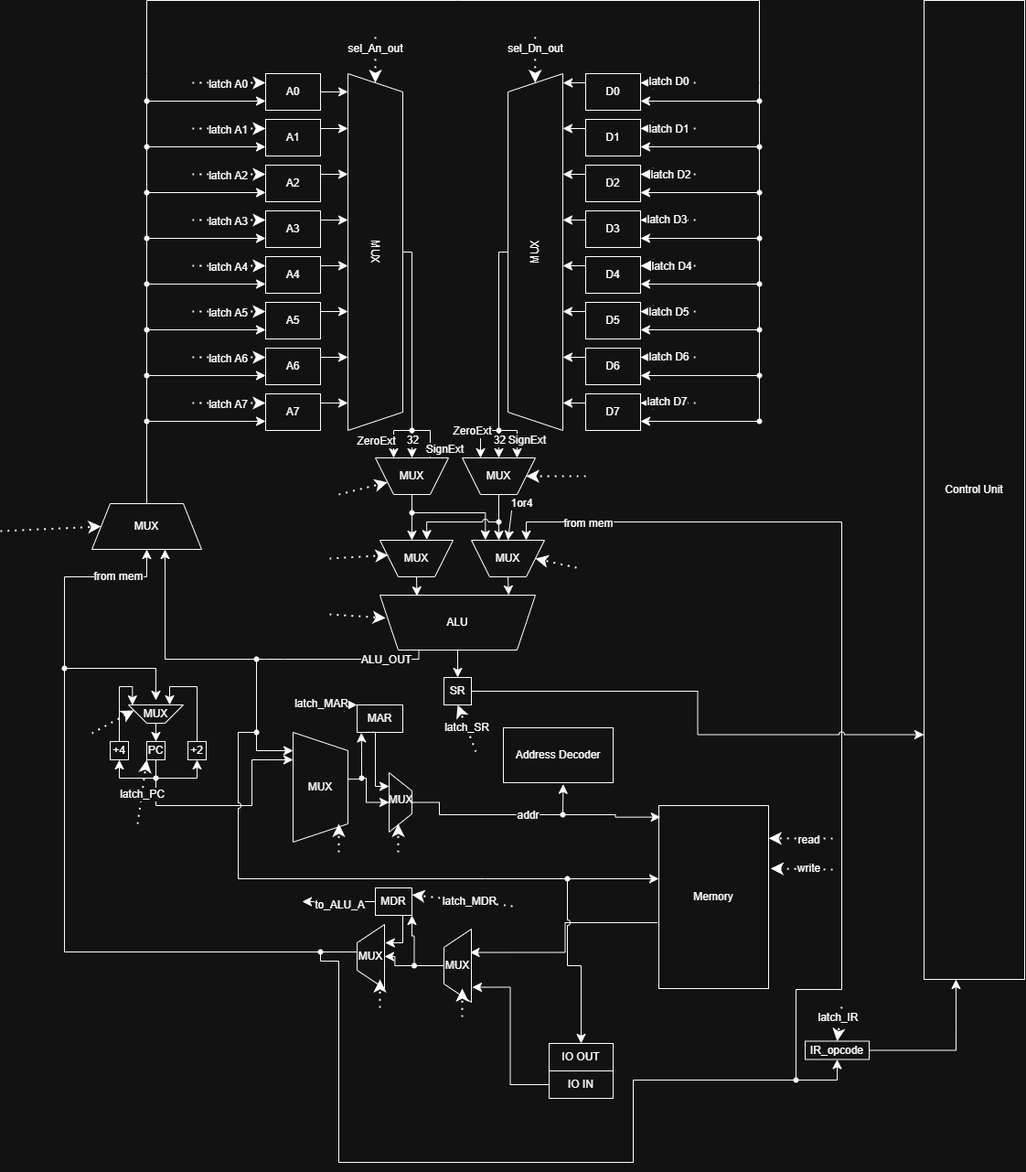
This is m68k.drawio.png from InfernumVII/lab3_m68k_scheme, a draw.io export, as it was before one commit. Source tidied: cells renumbered, new cells last; positions are measured from the earlier drawing's top-left corner, leaving out a move shared by most shapes.
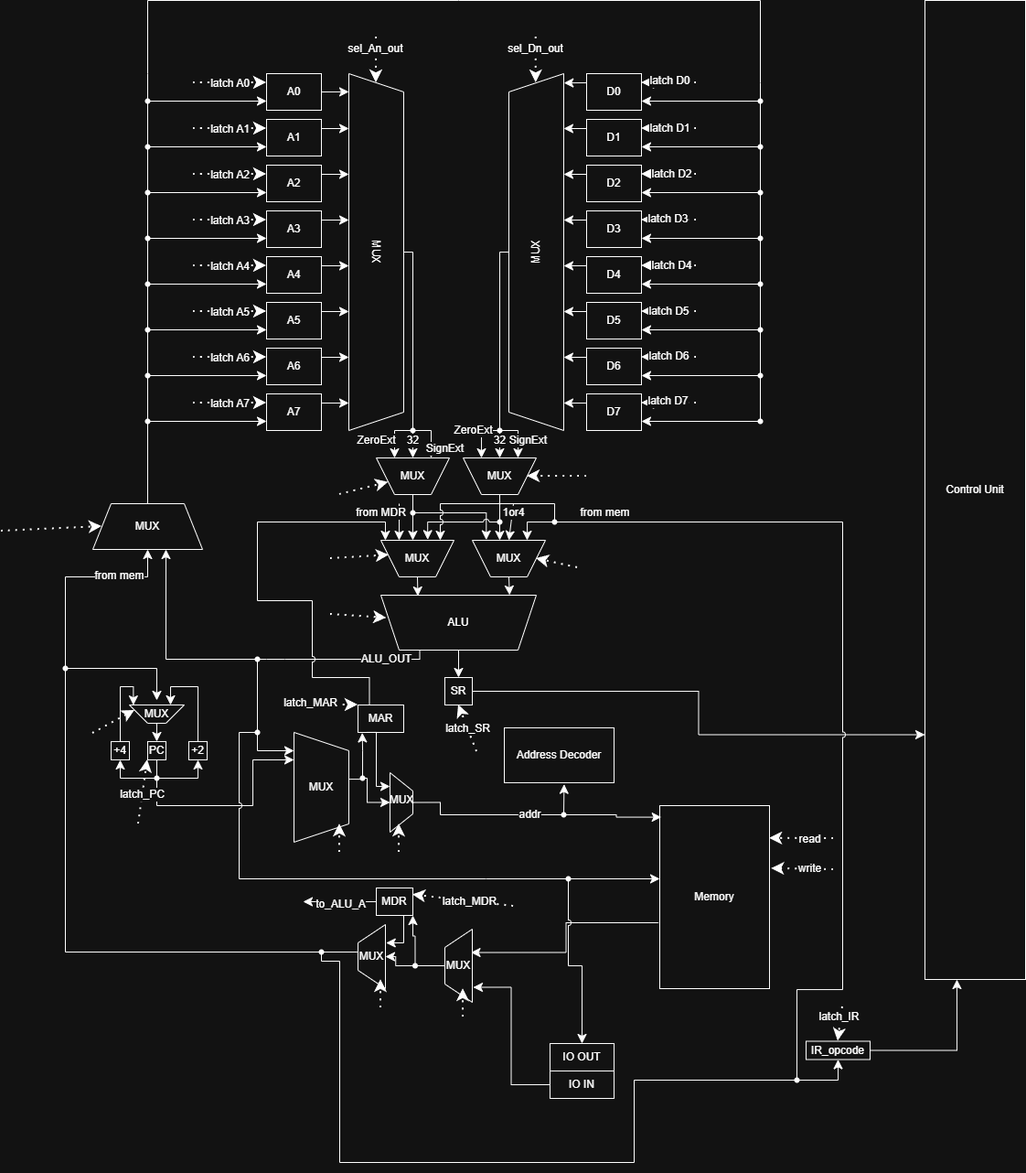
Later version of the same file.

What changed in the source:
```diff
@@ -712,7 +712,7 @@
         <mxPoint x="545" y="590" as="targetPoint" />
       </mxGeometry>
     </mxCell>
-    <mxCell id="173" style="endArrow=none;html=1;rounded=0;fontSize=12;startSize=8;endSize=8;curved=1;exitX=0.5;exitY=0;exitDx=0;exitDy=0;entryDx=0;entryDy=0;entryPerimeter=0;endFill=0;entryX=0.7;entryY=0.475;" parent="1" edge="1" target="174">
+    <mxCell id="173" style="endArrow=none;html=1;rounded=0;fontSize=12;startSize=8;endSize=8;exitX=0.5;exitY=0;exitDx=0;exitDy=0;entryDx=0;entryDy=0;entryPerimeter=0;endFill=0;entryX=0.7;entryY=0.475;edgeStyle=orthogonalEdgeStyle;jumpStyle=arc;" parent="1" edge="1" target="174">
       <mxGeometry relative="1" as="geometry">
         <mxPoint x="545" y="540" as="sourcePoint" />
       </mxGeometry>
@@ -849,18 +849,17 @@
     <mxCell id="202" style="shape=waypoint;sketch=0;fillStyle=solid;size=6;points=[];fillColor=none;perimeter=centerPerimeter;snapToPoint=1;" parent="1" vertex="1">
       <mxGeometry x="860" y="1170" width="20" height="20" as="geometry" />
     </mxCell>
-    <mxCell id="203" style="endArrow=classic;html=1;rounded=0;fontSize=12;startSize=8;endSize=8;exitX=0.59;exitY=0.34;exitDx=0;exitDy=0;exitPerimeter=0;edgeStyle=orthogonalEdgeStyle;jumpStyle=arc;entryX=0.25;entryY=1;entryDx=0;entryDy=0;" parent="1" edge="1" source="202" target="160">
+    <mxCell id="203" style="endArrow=classic;html=1;rounded=0;fontSize=12;startSize=8;endSize=8;exitDx=0;exitDy=0;exitPerimeter=0;edgeStyle=orthogonalEdgeStyle;jumpStyle=arc;entryX=0.25;entryY=1;entryDx=0;entryDy=0;" parent="1" edge="1" source="253" target="160">
       <mxGeometry relative="1" as="geometry">
         <Array as="points">
-          <mxPoint x="870" y="1081" />
-          <mxPoint x="920" y="1081" />
-          <mxPoint x="920" y="570" />
           <mxPoint x="575" y="570" />
         </Array>
       </mxGeometry>
     </mxCell>
     <mxCell id="204" value="from mem" style="edgeLabel;html=1;align=center;verticalAlign=middle;fontSize=12;" parent="203" vertex="1">
-      <mxGeometry x="0.83" y="1" relative="1" as="geometry" />
+      <mxGeometry x="0.83" y="1" relative="1" as="geometry">
+        <mxPoint x="84" y="-26" as="offset" />
+      </mxGeometry>
     </mxCell>
     <mxCell id="205" style="endArrow=classic;html=1;rounded=0;fontSize=12;startSize=8;endSize=8;exitX=1;exitY=0.5;exitDx=0;exitDy=0;entryX=0;entryY=0.75;entryDx=0;entryDy=0;edgeStyle=orthogonalEdgeStyle;jumpStyle=arc;" parent="1" edge="1" source="22" target="19">
       <mxGeometry relative="1" as="geometry" />
@@ -983,7 +982,7 @@
     </mxCell>
     <mxCell id="233" value="1or4" style="edgeLabel;html=1;align=center;verticalAlign=middle;fontSize=12;" parent="232" vertex="1">
       <mxGeometry x="-0.41" y="-1" relative="1" as="geometry">
-        <mxPoint x="12" y="-12" as="offset" />
+        <mxPoint x="2" y="-2" as="offset" />
       </mxGeometry>
     </mxCell>
     <mxCell id="234" style="endArrow=classic;dashed=1;html=1;dashPattern=1 3;strokeWidth=2;rounded=0;fontSize=12;startSize=8;endSize=8;curved=1;endFill=1;" parent="1" edge="1">
@@ -1012,7 +1011,7 @@
     </mxCell>
     <mxCell id="238" style="endArrow=classic;dashed=1;html=1;dashPattern=1 3;strokeWidth=2;rounded=0;fontSize=12;startSize=8;endSize=8;curved=1;endFill=1;entryX=0;entryY=0;entryDx=0;entryDy=0;" parent="1" edge="1" target="206">
       <mxGeometry relative="1" as="geometry">
-        <mxPoint x="330" y="770" as="sourcePoint" />
+        <mxPoint x="310" y="770" as="sourcePoint" />
       </mxGeometry>
     </mxCell>
     <mxCell id="239" value="latch_MAR" style="edgeLabel;html=1;align=center;verticalAlign=middle;fontSize=12;" parent="238" vertex="1">
@@ -1069,5 +1068,47 @@
     <mxCell id="250" value="latch_SR" style="edgeLabel;html=1;align=center;verticalAlign=middle;fontSize=12;" parent="249" vertex="1">
       <mxGeometry x="0.02" relative="1" as="geometry" />
     </mxCell>
+    <mxCell id="251" style="endArrow=classic;html=1;rounded=0;fontSize=12;startSize=8;endSize=8;exitX=0.25;exitY=0;exitDx=0;exitDy=0;edgeStyle=orthogonalEdgeStyle;jumpStyle=arc;entryX=0.938;entryY=1;entryDx=0;entryDy=0;entryPerimeter=0;" parent="1" edge="1" source="206" target="157">
+      <mxGeometry relative="1" as="geometry">
+        <Array as="points">
+          <mxPoint x="403" y="740" />
+          <mxPoint x="340" y="740" />
+          <mxPoint x="340" y="656" />
+          <mxPoint x="280" y="656" />
+          <mxPoint x="280" y="570" />
+          <mxPoint x="420" y="570" />
+        </Array>
+      </mxGeometry>
+    </mxCell>
+    <mxCell id="252" style="endArrow=none;html=1;rounded=0;fontSize=12;startSize=8;endSize=8;exitX=0.59;exitY=0.34;exitDx=0;exitDy=0;exitPerimeter=0;edgeStyle=orthogonalEdgeStyle;jumpStyle=arc;entryDx=0;entryDy=0;endFill=0;" parent="1" edge="1" source="202" target="253">
+      <mxGeometry relative="1" as="geometry">
+        <Array as="points">
+          <mxPoint x="870" y="1081" />
+          <mxPoint x="920" y="1081" />
+          <mxPoint x="920" y="570" />
+        </Array>
+      </mxGeometry>
+    </mxCell>
+    <mxCell id="253" style="shape=waypoint;sketch=0;fillStyle=solid;size=6;points=[];fillColor=none;perimeter=centerPerimeter;snapToPoint=1;" parent="1" vertex="1">
+      <mxGeometry x="595" y="560" width="20" height="20" as="geometry" />
+    </mxCell>
+    <mxCell id="254" style="endArrow=classic;html=1;rounded=0;fontSize=12;startSize=8;endSize=8;edgeStyle=orthogonalEdgeStyle;entryX=0.188;entryY=1;entryDx=0;entryDy=0;entryPerimeter=0;jumpStyle=arc;" parent="1" edge="1" source="253" target="157">
+      <mxGeometry relative="1" as="geometry">
+        <Array as="points">
+          <mxPoint x="605" y="550" />
+          <mxPoint x="480" y="550" />
+        </Array>
+      </mxGeometry>
+    </mxCell>
+    <mxCell id="255" style="endArrow=classic;html=1;rounded=0;fontSize=12;startSize=8;endSize=8;curved=1;entryX=0.75;entryY=1;entryDx=0;entryDy=0;" parent="1" edge="1" target="157">
+      <mxGeometry relative="1" as="geometry">
+        <mxPoint x="435" y="550" as="sourcePoint" />
+      </mxGeometry>
+    </mxCell>
+    <mxCell id="256" value="from MDR" style="edgeLabel;html=1;align=center;verticalAlign=middle;fontSize=12;" parent="255" vertex="1">
+      <mxGeometry x="-0.57" relative="1" as="geometry">
+        <mxPoint x="-20" y="1" as="offset" />
+      </mxGeometry>
+    </mxCell>
   </root>
 </mxGraphModel>
```
